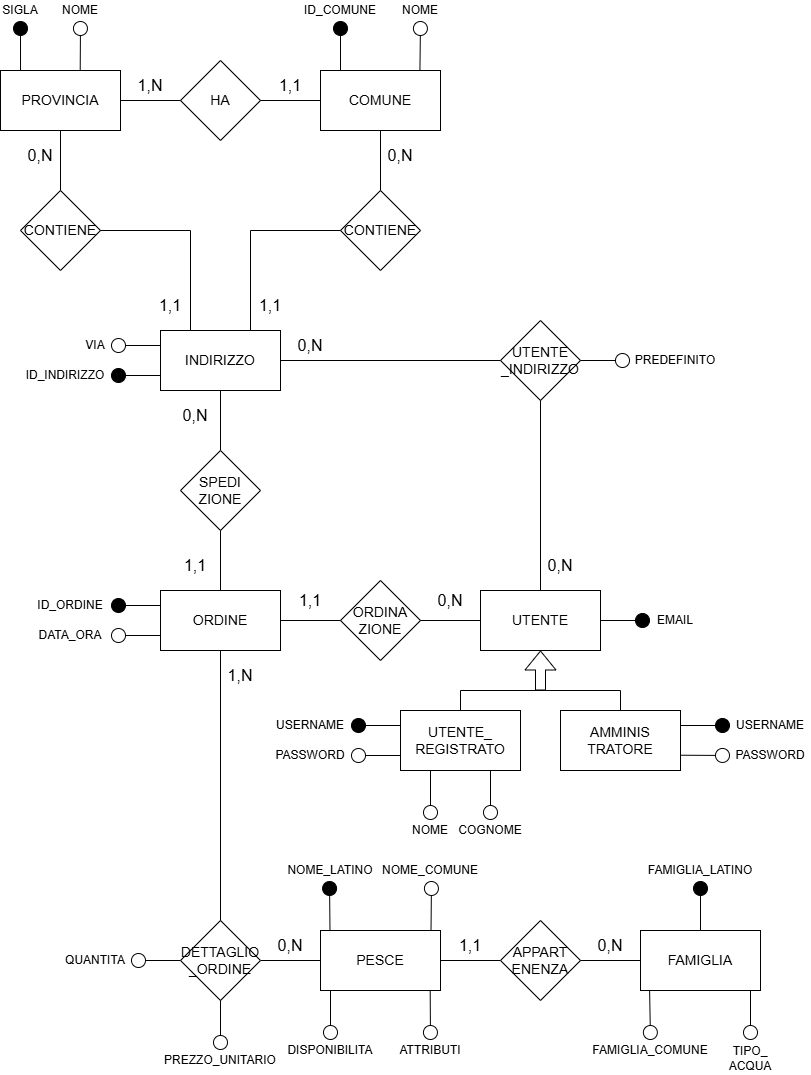
Above: Progettazione/Database/ER.png in Obliteratore/ProgettoTechWeb (draw.io), before the change. Source tidied: cells renumbered, new cells last; positions are measured from the earlier drawing's top-left corner, leaving out a move shared by most shapes.
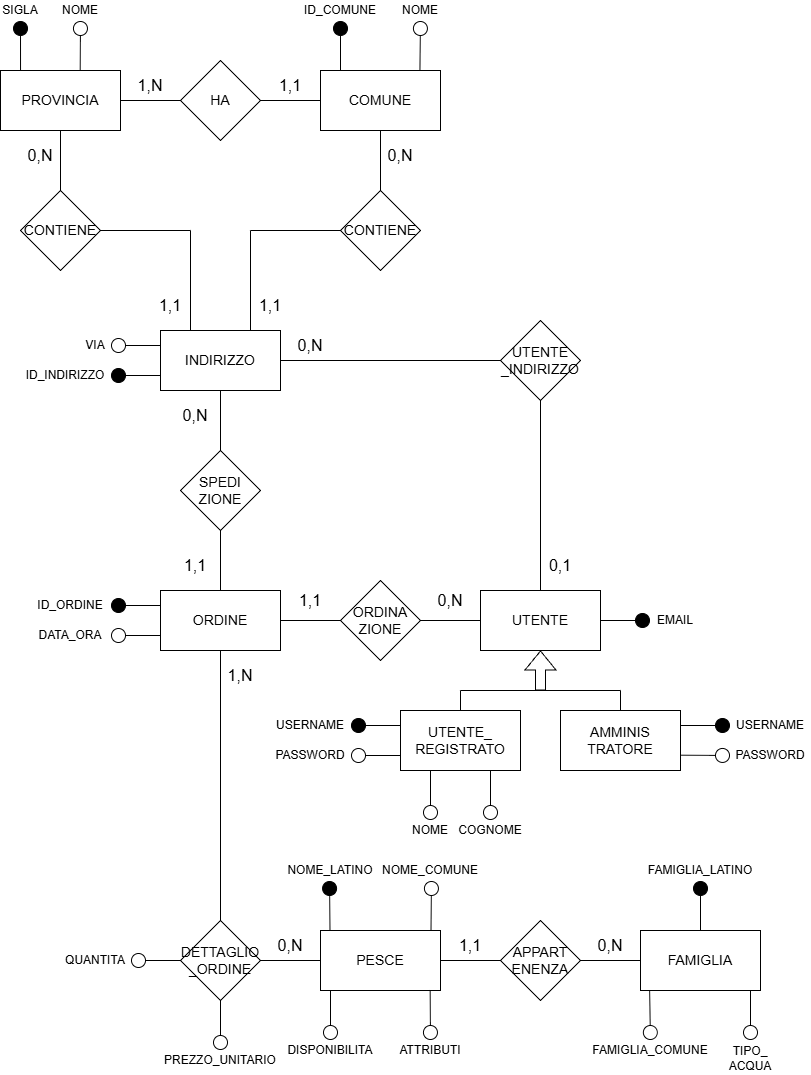
After the change.

Change to the diagram source:
```diff
@@ -175,7 +175,7 @@
     <mxCell id="52" value="0,N" style="text;html=1;whiteSpace=wrap;strokeColor=none;fillColor=none;align=center;verticalAlign=middle;rounded=0;fontSize=16;" parent="1" vertex="1">
       <mxGeometry x="280" y="330" width="60" height="30" as="geometry" />
     </mxCell>
-    <mxCell id="53" value="0,N" style="text;html=1;whiteSpace=wrap;strokeColor=none;fillColor=none;align=center;verticalAlign=middle;rounded=0;fontSize=16;" parent="1" vertex="1">
+    <mxCell id="53" value="0,1" style="text;html=1;whiteSpace=wrap;strokeColor=none;fillColor=none;align=center;verticalAlign=middle;rounded=0;fontSize=16;" parent="1" vertex="1">
       <mxGeometry x="530" y="550" width="60" height="30" as="geometry" />
     </mxCell>
     <mxCell id="54" style="endArrow=none;html=1;rounded=0;entryX=0.5;entryY=1;entryDx=0;entryDy=0;" parent="1" edge="1" target="48">
@@ -200,14 +200,6 @@
     <mxCell id="59" style="endArrow=none;html=1;rounded=0;entryX=0.5;entryY=1;entryDx=0;entryDy=0;exitX=0.5;exitY=0;exitDx=0;exitDy=0;" parent="1" edge="1" source="34" target="35">
       <mxGeometry relative="1" as="geometry" />
     </mxCell>
-    <mxCell id="60" style="html=1;verticalAlign=bottom;startArrow=circle;startFill=0;endArrow=none;startSize=6;endSize=8;curved=0;rounded=0;entryX=0.5;entryY=0;entryDx=0;entryDy=0;exitX=0;exitY=0.5;exitDx=0;exitDy=0;" parent="1" edge="1" source="61">
-      <mxGeometry relative="1" as="geometry">
-        <mxPoint x="580" y="360" as="targetPoint" />
-      </mxGeometry>
-    </mxCell>
-    <mxCell id="61" value="PREDEFINITO" style="text;html=1;align=center;verticalAlign=middle;whiteSpace=wrap;rounded=0;" parent="1" vertex="1">
-      <mxGeometry x="630" y="350" width="90" height="20" as="geometry" />
-    </mxCell>
     <mxCell id="62" value="VIA" style="text;html=1;align=center;verticalAlign=middle;whiteSpace=wrap;rounded=0;" parent="1" vertex="1">
       <mxGeometry x="80" y="335" width="30" height="20" as="geometry" />
     </mxCell>
```
